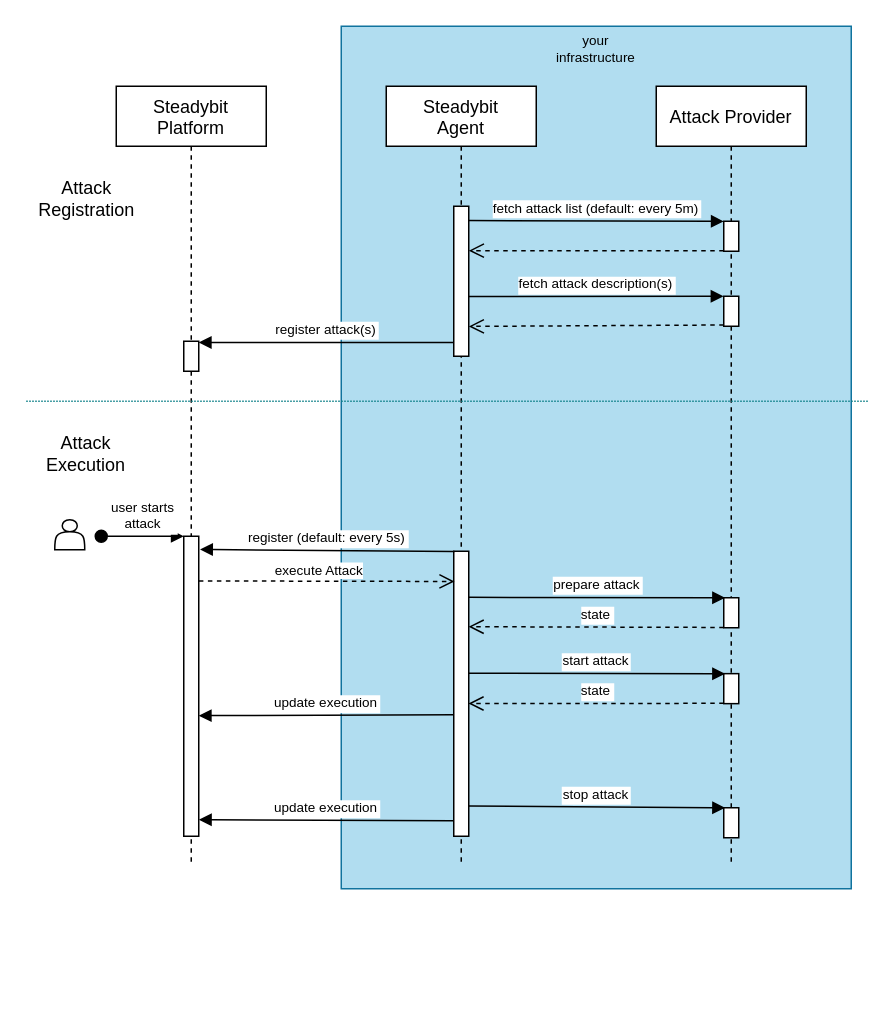
steadybit/action-kit keeps this draw.io diagram as docs/attack-flow.drawio. Above is the earlier version. Source tidied: cells renumbered, new cells numbered last; positions are measured from the earlier drawing's top-left corner, leaving out a move shared by most shapes. Both pictures are drawn from the tidied source at 150%, with x=0, y=0 at pixel (26, 26).
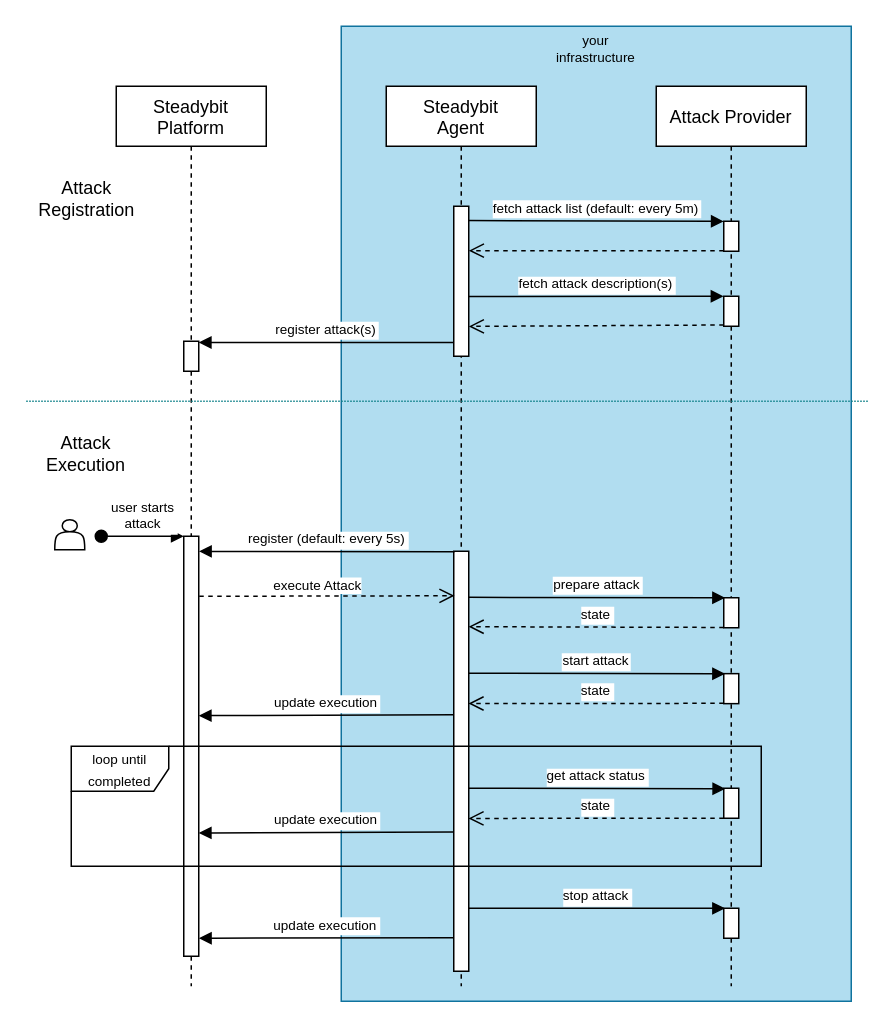
The same diagram, later.

Commit message (it also covers changes not shown here):
docs: update docs to reflect time control changes and new status endpoint

What changed in the source:
```diff
@@
     <mxCell id="2" style="whiteSpace=wrap;html=1;labelBackgroundColor=#0000CC;fontSize=9;fillColor=#b1ddf0;strokeColor=#10739e;" parent="1" vertex="1">
-      <mxGeometry x="210" width="340" height="575" as="geometry" />
+      <mxGeometry x="210" width="340" height="650" as="geometry" />
     </mxCell>
     <mxCell id="3" value="Steadybit &#10;Platform" style="shape=umlLifeline;perimeter=lifelinePerimeter;rounded=0;shadow=0;strokeWidth=1;" parent="1" vertex="1">
-      <mxGeometry x="60" y="40" width="100" height="520" as="geometry" />
+      <mxGeometry x="60" y="40" width="100" height="600" as="geometry" />
     </mxCell>
     <mxCell id="4" style="points=[];perimeter=orthogonalPerimeter;rounded=0;shadow=0;strokeWidth=1;" parent="3" vertex="1">
-      <mxGeometry x="45" y="300" width="10" height="200" as="geometry" />
+      <mxGeometry x="45" y="300" width="10" height="280" as="geometry" />
     </mxCell>
@@
     <mxCell id="7" value="Steadybit&#10;Agent" style="shape=umlLifeline;perimeter=lifelinePerimeter;rounded=0;shadow=0;strokeWidth=1;" parent="1" vertex="1">
-      <mxGeometry x="240" y="40" width="100" height="520" as="geometry" />
+      <mxGeometry x="240" y="40" width="100" height="600" as="geometry" />
     </mxCell>
@@
     <mxCell id="9" style="points=[];perimeter=orthogonalPerimeter;rounded=0;shadow=0;strokeWidth=1;fillColor=default;" parent="7" vertex="1">
-      <mxGeometry x="45" y="310" width="10" height="190" as="geometry" />
+      <mxGeometry x="45" y="310" width="10" height="280" as="geometry" />
     </mxCell>
@@
     <mxCell id="11" value="Attack Provider" style="shape=umlLifeline;perimeter=lifelinePerimeter;rounded=0;shadow=0;strokeWidth=1;" parent="1" vertex="1">
-      <mxGeometry x="420" y="40" width="100" height="520" as="geometry" />
+      <mxGeometry x="420" y="40" width="100" height="600" as="geometry" />
     </mxCell>
@@
     <mxCell id="16" style="points=[];perimeter=orthogonalPerimeter;rounded=0;shadow=0;strokeWidth=1;" parent="11" vertex="1">
-      <mxGeometry x="45" y="481" width="10" height="20" as="geometry" />
+      <mxGeometry x="45" y="548" width="10" height="20" as="geometry" />
     </mxCell>
-    <mxCell id="17" value="stop attack" style="verticalAlign=bottom;endArrow=block;shadow=0;strokeWidth=1;fontSize=9;entryX=0.087;entryY=0.003;entryDx=0;entryDy=0;entryPerimeter=0;exitX=1;exitY=0.047;exitDx=0;exitDy=0;exitPerimeter=0;" parent="11" edge="1" target="16">
-      <mxGeometry relative="1" as="geometry">
-        <mxPoint x="-125" y="479.8" as="sourcePoint" />
-      </mxGeometry>
-    </mxCell>
@@
-    <mxCell id="26" value="register (default: every 5s)" style="verticalAlign=bottom;endArrow=block;shadow=0;strokeWidth=1;fontSize=9;entryX=1.088;entryY=0.044;entryDx=0;entryDy=0;entryPerimeter=0;exitX=0.055;exitY=0.001;exitDx=0;exitDy=0;exitPerimeter=0;" parent="1" edge="1" source="9" target="4">
+    <mxCell id="26" value="register (default: every 5s)" style="verticalAlign=bottom;endArrow=block;shadow=0;strokeWidth=1;fontSize=9;exitX=0.055;exitY=0.001;exitDx=0;exitDy=0;exitPerimeter=0;entryX=1.013;entryY=0.036;entryDx=0;entryDy=0;entryPerimeter=0;" parent="1" edge="1" source="9" target="4">
       <mxGeometry relative="1" as="geometry" />
     </mxCell>
@@
-    <mxCell id="29" value="update execution" style="verticalAlign=bottom;endArrow=block;shadow=0;strokeWidth=1;fontSize=9;entryX=1.013;entryY=0.85;entryDx=0;entryDy=0;entryPerimeter=0;exitX=0.004;exitY=0.893;exitDx=0;exitDy=0;exitPerimeter=0;" parent="1" edge="1">
+    <mxCell id="29" value="update execution" style="verticalAlign=bottom;endArrow=block;shadow=0;strokeWidth=1;fontSize=9;entryX=1.013;entryY=0.85;entryDx=0;entryDy=0;entryPerimeter=0;exitX=-0.047;exitY=0.92;exitDx=0;exitDy=0;exitPerimeter=0;" parent="1" edge="1" source="9">
       <mxGeometry relative="1" as="geometry">
-        <mxPoint x="285" y="529.7" as="sourcePoint" />
-        <mxPoint x="115.1" y="529" as="targetPoint" />
+        <mxPoint x="115.1" y="608" as="targetPoint" />
       </mxGeometry>
     </mxCell>
@@
-    <mxCell id="33" style="verticalAlign=bottom;endArrow=open;dashed=1;endSize=8;shadow=0;strokeWidth=1;entryX=0.053;entryY=0.106;entryDx=0;entryDy=0;entryPerimeter=0;exitX=1.009;exitY=0.149;exitDx=0;exitDy=0;exitPerimeter=0;" parent="1" edge="1" source="4" target="9">
+    <mxCell id="33" style="verticalAlign=bottom;endArrow=open;dashed=1;endSize=8;shadow=0;strokeWidth=1;entryX=0.053;entryY=0.106;entryDx=0;entryDy=0;entryPerimeter=0;exitX=1.033;exitY=0.143;exitDx=0;exitDy=0;exitPerimeter=0;" parent="1" edge="1" source="4" target="9">
       <mxGeometry relative="1" as="geometry" />
     </mxCell>
@@
+    <mxCell id="17" value="stop attack" style="verticalAlign=bottom;endArrow=block;shadow=0;strokeWidth=1;fontSize=9;entryX=0.087;entryY=0.003;entryDx=0;entryDy=0;entryPerimeter=0;" parent="1" edge="1" source="9" target="16">
+      <mxGeometry relative="1" as="geometry" />
+    </mxCell>
+    <mxCell id="36" value="&lt;font style=&quot;font-size: 9px;&quot;&gt;loop until completed&lt;/font&gt;" style="shape=umlFrame;whiteSpace=wrap;html=1;width=65;height=30;" parent="1" vertex="1">
+      <mxGeometry x="30" y="480" width="460" height="80" as="geometry" />
+    </mxCell>
+    <mxCell id="37" style="perimeter=orthogonalPerimeter;rounded=0;shadow=0;strokeWidth=1;" parent="1" vertex="1">
+      <mxGeometry x="465" y="508" width="10" height="20" as="geometry" />
+    </mxCell>
+    <mxCell id="38" value="get attack status" style="verticalAlign=bottom;endArrow=block;shadow=0;strokeWidth=1;fontSize=9;entryX=0.087;entryY=0.003;entryDx=0;entryDy=0;entryPerimeter=0;exitX=0.996;exitY=0.335;exitDx=0;exitDy=0;exitPerimeter=0;" parent="1" edge="1">
+      <mxGeometry relative="1" as="geometry">
+        <mxPoint x="295.1" y="508" as="sourcePoint" />
+        <mxPoint x="466" y="508.4" as="targetPoint" />
+      </mxGeometry>
+    </mxCell>
+    <mxCell id="39" value="state" style="verticalAlign=bottom;endArrow=open;dashed=1;endSize=8;shadow=0;strokeWidth=1;exitX=0;exitY=0.99;exitDx=0;exitDy=0;exitPerimeter=0;entryX=0.984;entryY=0.447;entryDx=0;entryDy=0;entryPerimeter=0;fontSize=9;" parent="1" edge="1">
+      <mxGeometry relative="1" as="geometry">
+        <mxPoint x="465" y="528" as="sourcePoint" />
+        <mxPoint x="294.8" y="528.1" as="targetPoint" />
+      </mxGeometry>
+    </mxCell>
+    <mxCell id="40" value="update execution" style="verticalAlign=bottom;endArrow=block;shadow=0;strokeWidth=1;fontSize=9;exitX=-0.003;exitY=0.5;exitDx=0;exitDy=0;exitPerimeter=0;entryX=1;entryY=0.503;entryDx=0;entryDy=0;entryPerimeter=0;" parent="1" edge="1">
+      <mxGeometry relative="1" as="geometry">
+        <mxPoint x="285" y="537.2" as="sourcePoint" />
+        <mxPoint x="115" y="537.8" as="targetPoint" />
+      </mxGeometry>
+    </mxCell>
```
